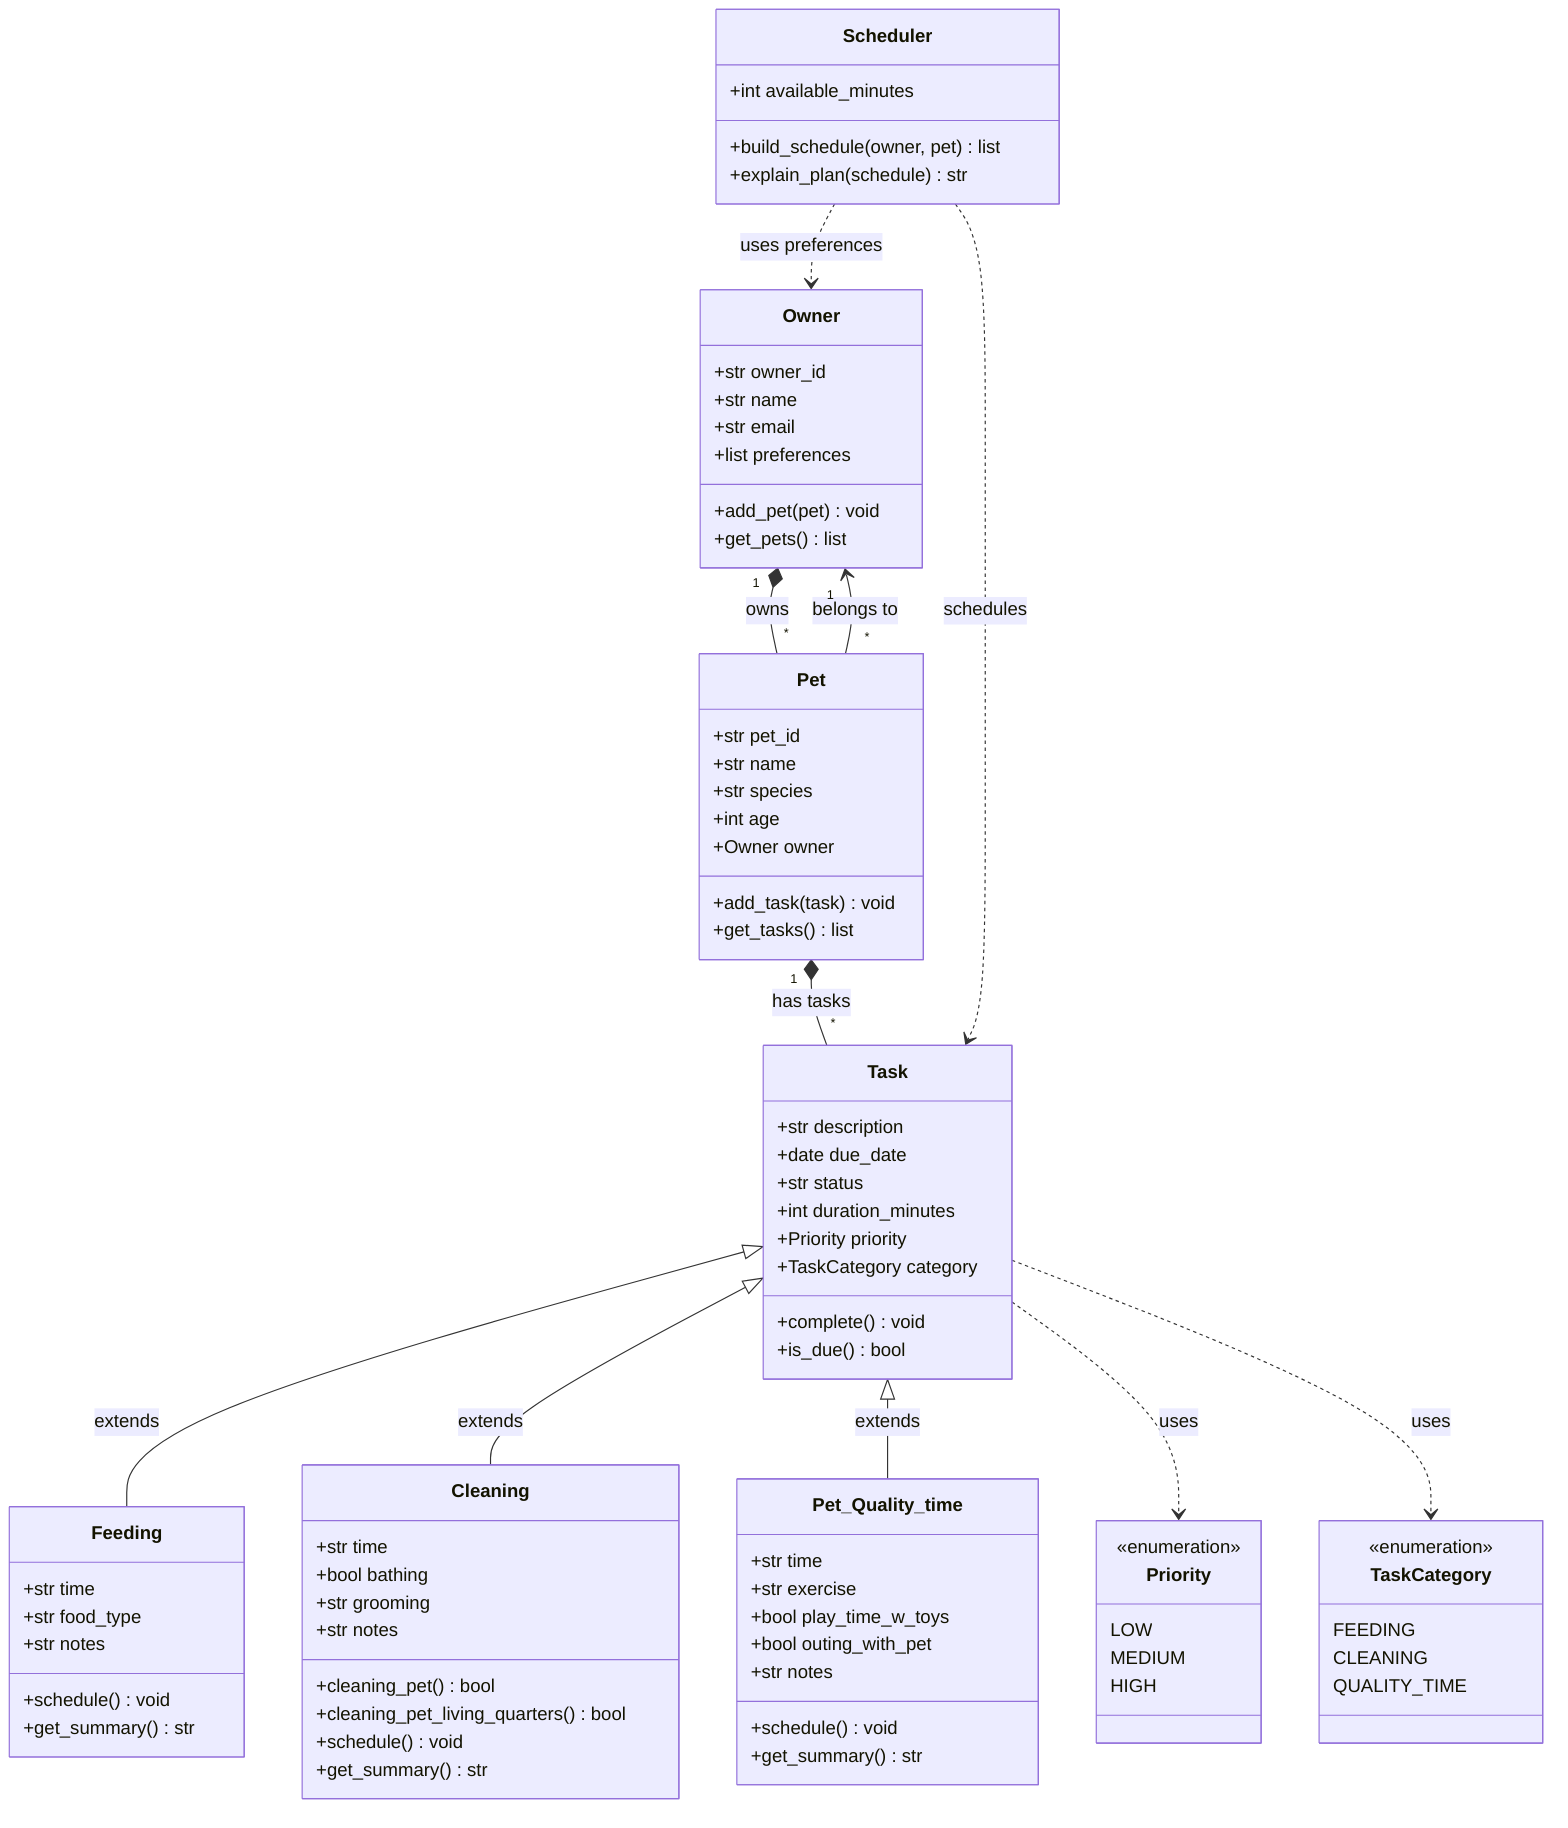
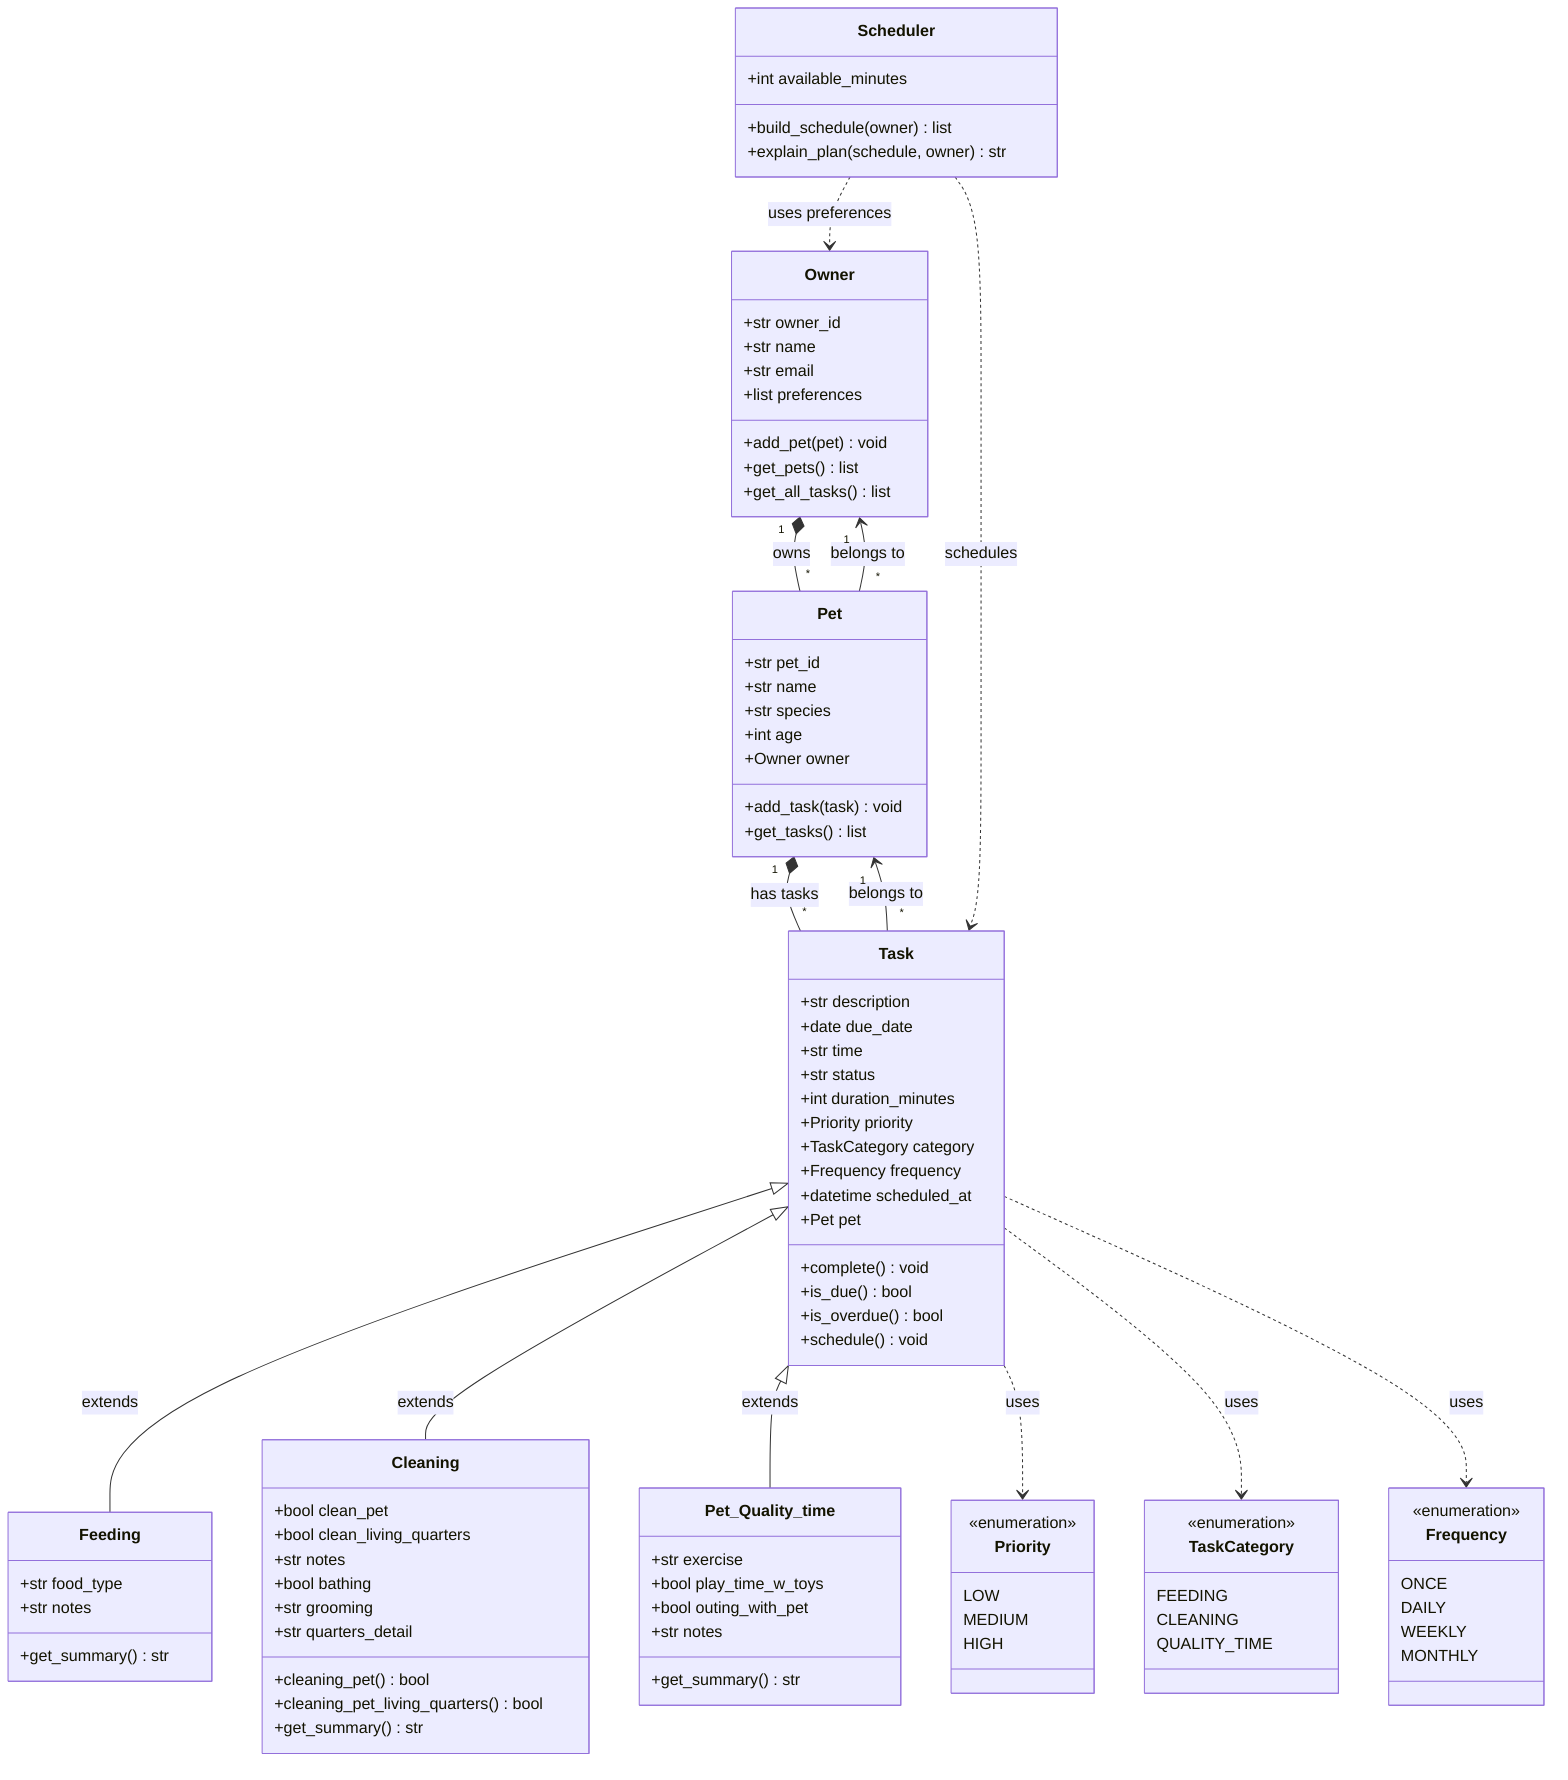
classDiagram
    %% Keep this file updated so it matches your final implementation.

    class Owner {
        +str owner_id
        +str name
        +str email
        +list preferences
        +add_pet(pet) void
        +get_pets() list
+         +get_all_tasks() list
    }

    class Pet {
        +str pet_id
        +str name
        +str species
        +int age
        +Owner owner
        +add_task(task) void
        +get_tasks() list
    }

    class Task {
        +str description
        +date due_date
+         +str time
        +str status
        +int duration_minutes
        +Priority priority
        +TaskCategory category
+         +Frequency frequency
+         +datetime scheduled_at
+         +Pet pet
        +complete() void
        +is_due() bool
+         +is_overdue() bool
+         +schedule() void
    }

    class Priority {
        <<enumeration>>
        LOW
        MEDIUM
        HIGH
    }

    class TaskCategory {
        <<enumeration>>
        FEEDING
        CLEANING
        QUALITY_TIME
    }

+     class Frequency {
+         <<enumeration>>
+         ONCE
+         DAILY
+         WEEKLY
+         MONTHLY
+     }
+ 
    class Feeding {
-         +str time
        +str food_type
        +str notes
-         +schedule() void
        +get_summary() str
    }

    class Cleaning {
-         +str time
+         +bool clean_pet
+         +bool clean_living_quarters
+         +str notes
        +bool bathing
        +str grooming
+         +str quarters_detail
        +cleaning_pet() bool
        +cleaning_pet_living_quarters() bool
-         +str notes
-         +schedule() void
        +get_summary() str
    }

    class Pet_Quality_time {
-         +str time
        +str exercise
        +bool play_time_w_toys
        +bool outing_with_pet
-         +schedule() void
        +str notes
        +get_summary() str
    }

    class Scheduler {
        +int available_minutes
-         +build_schedule(owner, pet) list
-         +explain_plan(schedule) str
+         +build_schedule(owner) list
+         +explain_plan(schedule, owner) str
    }

    Task <|-- Feeding : extends
    Task <|-- Cleaning : extends
    Task <|-- Pet_Quality_time : extends
    Pet "1" *-- "*" Task : has tasks
    Owner "1" *-- "*" Pet : owns
    Pet "*" --> "1" Owner : belongs to
+     Task "*" --> "1" Pet : belongs to
    Task ..> Priority : uses
    Task ..> TaskCategory : uses
+     Task ..> Frequency : uses
    Scheduler ..> Owner : uses preferences
    Scheduler ..> Task : schedules
